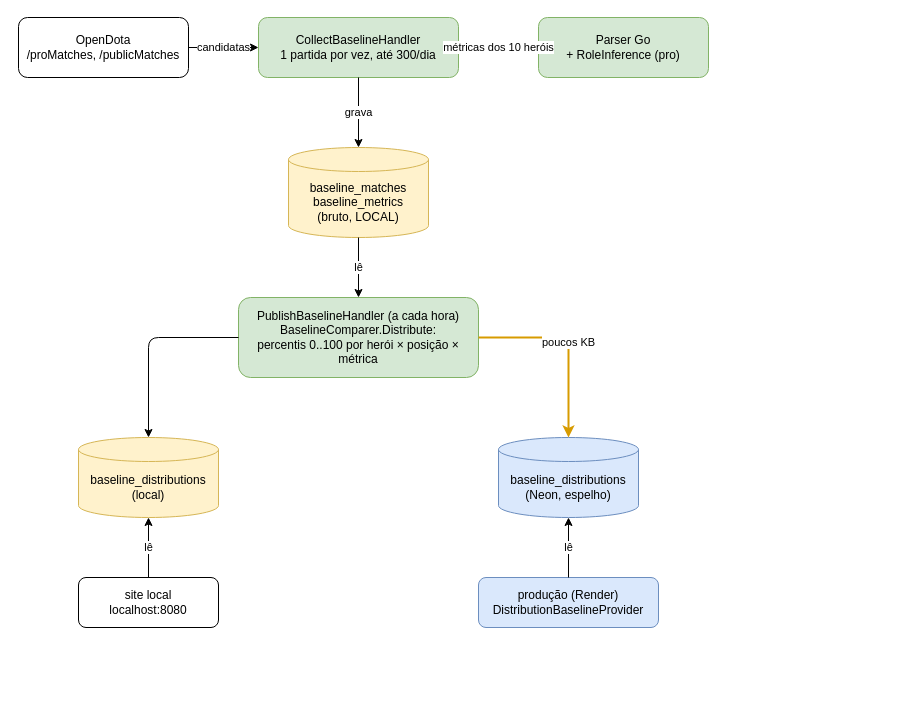
The draw.io diagram page "4. Base de comparação" (4 of 6) of docs/diagrams/dotaanalyst.drawio in andreomorg/dota_analyst, before the edit. Source tidied: cells renumbered, new cells numbered last; positions are measured from the earlier drawing's top-left corner, leaving out a move shared by most shapes. Both pictures are drawn from the tidied source at 100%, with x=0, y=0 at pixel (18, 17).
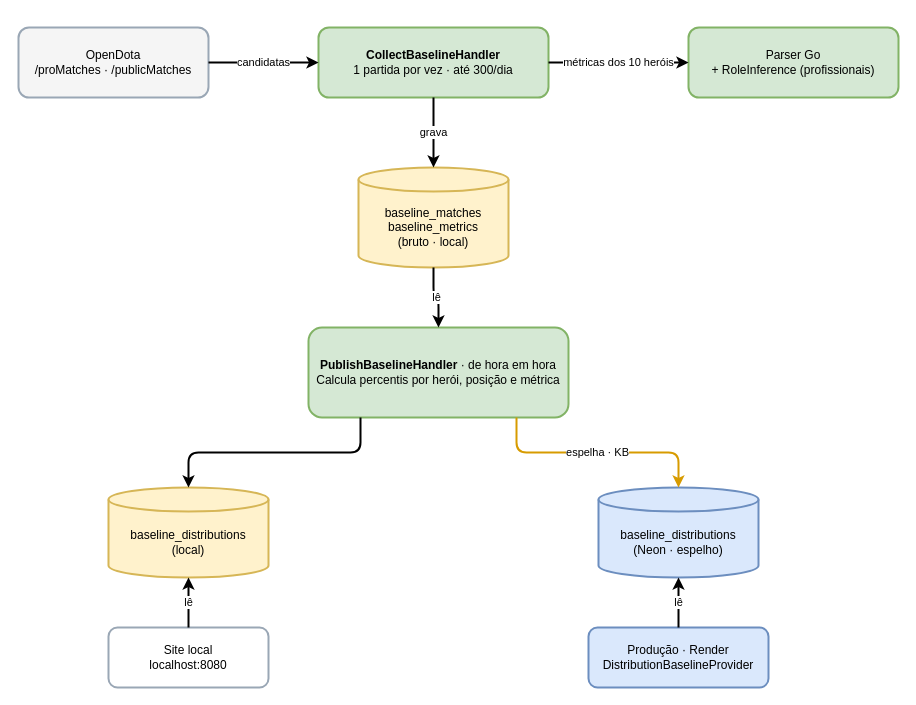
The same page after the edit.

Change to the diagram source:
```diff
@@
 <mxGraphModel>
   <root>
     <mxCell id="0" />
     <mxCell id="1" parent="0" />
-    <mxCell id="2" value="OpenDota&lt;br&gt;/proMatches, /publicMatches" style="rounded=1;whiteSpace=wrap;html=1;" parent="1" vertex="1">
-      <mxGeometry width="170" height="60" as="geometry" />
+    <mxCell id="2" value="OpenDota&lt;br&gt;/proMatches · /publicMatches" style="rounded=1;whiteSpace=wrap;html=1;fillColor=#f5f5f5;strokeColor=#9aa7b5;strokeWidth=2;" parent="1" vertex="1">
+      <mxGeometry y="10" width="190" height="70" as="geometry" />
     </mxCell>
-    <mxCell id="3" value="CollectBaselineHandler&lt;br&gt;1 partida por vez, até 300/dia" style="rounded=1;whiteSpace=wrap;html=1;fillColor=#d5e8d4;strokeColor=#82b366;" parent="1" vertex="1">
-      <mxGeometry x="240" width="200" height="60" as="geometry" />
+    <mxCell id="3" value="&lt;b&gt;CollectBaselineHandler&lt;/b&gt;&lt;br&gt;1 partida por vez · até 300/dia" style="rounded=1;whiteSpace=wrap;html=1;fillColor=#d5e8d4;strokeColor=#82b366;strokeWidth=2;" parent="1" vertex="1">
+      <mxGeometry x="300" y="10" width="230" height="70" as="geometry" />
     </mxCell>
-    <mxCell id="4" value="Parser Go&lt;br&gt;+ RoleInference (pro)" style="rounded=1;whiteSpace=wrap;html=1;fillColor=#d5e8d4;strokeColor=#82b366;" parent="1" vertex="1">
-      <mxGeometry x="520" width="170" height="60" as="geometry" />
+    <mxCell id="4" value="Parser Go&lt;br&gt;+ RoleInference (profissionais)" style="rounded=1;whiteSpace=wrap;html=1;fillColor=#d5e8d4;strokeColor=#82b366;strokeWidth=2;" parent="1" vertex="1">
+      <mxGeometry x="670" y="10" width="210" height="70" as="geometry" />
     </mxCell>
-    <mxCell id="5" value="baseline_matches&lt;br&gt;baseline_metrics&lt;br&gt;(bruto, LOCAL)" style="shape=cylinder3;whiteSpace=wrap;html=1;boundedLbl=1;size=12;fillColor=#fff2cc;strokeColor=#d6b656;" parent="1" vertex="1">
-      <mxGeometry x="270" y="130" width="140" height="90" as="geometry" />
+    <mxCell id="5" value="baseline_matches&lt;br&gt;baseline_metrics&lt;br&gt;(bruto · local)" style="shape=cylinder3;whiteSpace=wrap;html=1;boundedLbl=1;size=12;fillColor=#fff2cc;strokeColor=#d6b656;strokeWidth=2;" parent="1" vertex="1">
+      <mxGeometry x="340" y="150" width="150" height="100" as="geometry" />
     </mxCell>
-    <mxCell id="6" value="PublishBaselineHandler (a cada hora)&lt;br&gt;BaselineComparer.Distribute:&lt;br&gt;percentis 0..100 por herói × posição × métrica" style="rounded=1;whiteSpace=wrap;html=1;fillColor=#d5e8d4;strokeColor=#82b366;" parent="1" vertex="1">
-      <mxGeometry x="220" y="280" width="240" height="80" as="geometry" />
+    <mxCell id="6" value="&lt;b&gt;PublishBaselineHandler&lt;/b&gt; · de hora em hora&lt;br&gt;Calcula percentis por herói, posição e métrica" style="rounded=1;whiteSpace=wrap;html=1;fillColor=#d5e8d4;strokeColor=#82b366;strokeWidth=2;" parent="1" vertex="1">
+      <mxGeometry x="290" y="310" width="260" height="90" as="geometry" />
     </mxCell>
-    <mxCell id="7" value="baseline_distributions&lt;br&gt;(local)" style="shape=cylinder3;whiteSpace=wrap;html=1;boundedLbl=1;size=12;fillColor=#fff2cc;strokeColor=#d6b656;" parent="1" vertex="1">
-      <mxGeometry x="60" y="420" width="140" height="80" as="geometry" />
+    <mxCell id="7" value="baseline_distributions&lt;br&gt;(local)" style="shape=cylinder3;whiteSpace=wrap;html=1;boundedLbl=1;size=12;fillColor=#fff2cc;strokeColor=#d6b656;strokeWidth=2;" parent="1" vertex="1">
+      <mxGeometry x="90" y="470" width="160" height="90" as="geometry" />
     </mxCell>
-    <mxCell id="8" value="baseline_distributions&lt;br&gt;(Neon, espelho)" style="shape=cylinder3;whiteSpace=wrap;html=1;boundedLbl=1;size=12;fillColor=#dae8fc;strokeColor=#6c8ebf;" parent="1" vertex="1">
-      <mxGeometry x="480" y="420" width="140" height="80" as="geometry" />
+    <mxCell id="8" value="baseline_distributions&lt;br&gt;(Neon · espelho)" style="shape=cylinder3;whiteSpace=wrap;html=1;boundedLbl=1;size=12;fillColor=#dae8fc;strokeColor=#6c8ebf;strokeWidth=2;" parent="1" vertex="1">
+      <mxGeometry x="580" y="470" width="160" height="90" as="geometry" />
     </mxCell>
-    <mxCell id="9" value="site local&lt;br&gt;localhost:8080" style="rounded=1;whiteSpace=wrap;html=1;" parent="1" vertex="1">
-      <mxGeometry x="60" y="560" width="140" height="50" as="geometry" />
+    <mxCell id="9" value="Site local&lt;br&gt;localhost:8080" style="rounded=1;whiteSpace=wrap;html=1;strokeColor=#9aa7b5;strokeWidth=2;" parent="1" vertex="1">
+      <mxGeometry x="90" y="610" width="160" height="60" as="geometry" />
     </mxCell>
-    <mxCell id="10" value="produção (Render)&lt;br&gt;DistributionBaselineProvider" style="rounded=1;whiteSpace=wrap;html=1;fillColor=#dae8fc;strokeColor=#6c8ebf;" parent="1" vertex="1">
-      <mxGeometry x="460" y="560" width="180" height="50" as="geometry" />
+    <mxCell id="10" value="Produção · Render&lt;br&gt;DistributionBaselineProvider" style="rounded=1;whiteSpace=wrap;html=1;fillColor=#dae8fc;strokeColor=#6c8ebf;strokeWidth=2;" parent="1" vertex="1">
+      <mxGeometry x="570" y="610" width="180" height="60" as="geometry" />
     </mxCell>
-    <mxCell id="11" value="candidatas" style="edgeStyle=orthogonalEdgeStyle;rounded=1;html=1;" parent="1" edge="1" source="2" target="3">
+    <mxCell id="11" value="candidatas" style="edgeStyle=orthogonalEdgeStyle;rounded=1;strokeWidth=2;html=1;labelBackgroundColor=#ffffff;exitX=1;exitY=0.5;entryX=0;entryY=0.5;" parent="1" edge="1" source="2" target="3">
       <mxGeometry relative="1" as="geometry" />
     </mxCell>
-    <mxCell id="12" value="métricas dos 10 heróis" style="edgeStyle=orthogonalEdgeStyle;rounded=1;html=1;" parent="1" edge="1" source="3" target="4">
+    <mxCell id="12" value="métricas dos 10 heróis" style="edgeStyle=orthogonalEdgeStyle;rounded=1;strokeWidth=2;html=1;labelBackgroundColor=#ffffff;exitX=1;exitY=0.5;entryX=0;entryY=0.5;" parent="1" edge="1" source="3" target="4">
       <mxGeometry relative="1" as="geometry" />
     </mxCell>
-    <mxCell id="13" value="grava" style="edgeStyle=orthogonalEdgeStyle;rounded=1;html=1;" parent="1" edge="1" source="3" target="5">
+    <mxCell id="13" value="grava" style="edgeStyle=orthogonalEdgeStyle;rounded=1;strokeWidth=2;html=1;labelBackgroundColor=#ffffff;exitX=0.5;exitY=1;entryX=0.5;entryY=0;" parent="1" edge="1" source="3" target="5">
       <mxGeometry relative="1" as="geometry" />
     </mxCell>
-    <mxCell id="14" value="lê" style="edgeStyle=orthogonalEdgeStyle;rounded=1;html=1;" parent="1" edge="1" source="5" target="6">
+    <mxCell id="14" value="lê" style="edgeStyle=orthogonalEdgeStyle;rounded=1;strokeWidth=2;html=1;labelBackgroundColor=#ffffff;exitX=0.5;exitY=1;entryX=0.5;entryY=0;" parent="1" edge="1" source="5" target="6">
       <mxGeometry relative="1" as="geometry" />
     </mxCell>
-    <mxCell id="15" style="edgeStyle=orthogonalEdgeStyle;rounded=1;html=1;" parent="1" edge="1" source="6" target="7">
+    <mxCell id="15" style="edgeStyle=orthogonalEdgeStyle;rounded=1;strokeWidth=2;html=1;exitX=0.2;exitY=1;entryX=0.5;entryY=0;" parent="1" edge="1" source="6" target="7">
       <mxGeometry relative="1" as="geometry" />
     </mxCell>
-    <mxCell id="16" value="poucos KB" style="edgeStyle=orthogonalEdgeStyle;rounded=1;html=1;strokeColor=#d79b00;strokeWidth=2;" parent="1" edge="1" source="6" target="8">
+    <mxCell id="16" value="espelha · KB" style="edgeStyle=orthogonalEdgeStyle;rounded=1;strokeColor=#d79b00;strokeWidth=2;html=1;labelBackgroundColor=#ffffff;exitX=0.8;exitY=1;entryX=0.5;entryY=0;" parent="1" edge="1" source="6" target="8">
       <mxGeometry relative="1" as="geometry" />
     </mxCell>
-    <mxCell id="17" value="lê" style="edgeStyle=orthogonalEdgeStyle;rounded=1;html=1;" parent="1" edge="1" source="9" target="7">
+    <mxCell id="17" value="lê" style="edgeStyle=orthogonalEdgeStyle;rounded=1;strokeWidth=2;html=1;labelBackgroundColor=#ffffff;exitX=0.5;exitY=0;entryX=0.5;entryY=1;" parent="1" edge="1" source="9" target="7">
       <mxGeometry relative="1" as="geometry" />
     </mxCell>
-    <mxCell id="18" value="lê" style="edgeStyle=orthogonalEdgeStyle;rounded=1;html=1;" parent="1" edge="1" source="10" target="8">
+    <mxCell id="18" value="lê" style="edgeStyle=orthogonalEdgeStyle;rounded=1;strokeWidth=2;html=1;labelBackgroundColor=#ffffff;exitX=0.5;exitY=0;entryX=0.5;entryY=1;" parent="1" edge="1" source="10" target="8">
       <mxGeometry relative="1" as="geometry" />
     </mxCell>
   </root>
 </mxGraphModel>
```
